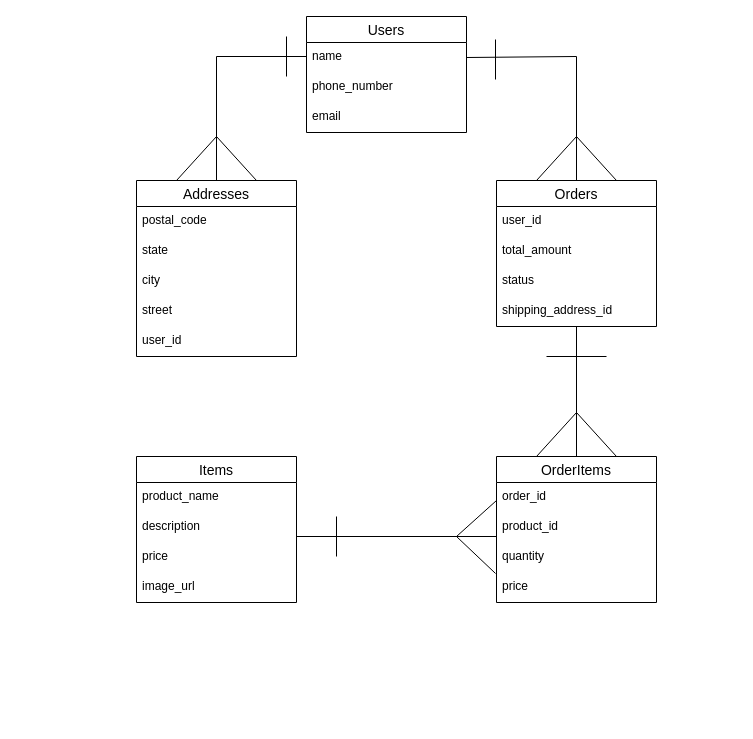
Above: mallowER.dio in yuuukikiki/bagel_mallow (draw.io), before the change. Source tidied: cells renumbered, new cells numbered last; positions are measured from the earlier drawing's top-left corner, leaving out a move shared by most shapes. Both pictures are drawn from the tidied source at 100%, with x=0, y=0 at pixel (136, 16).
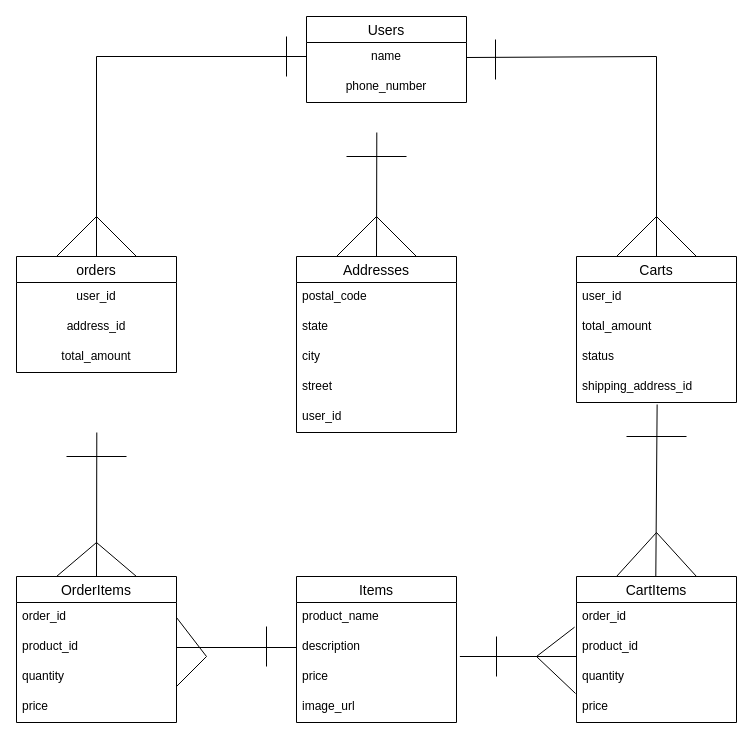
After the change.

The change refers to these unchanged cells:
```xml
<mxCell id="8" value="description" style="text;strokeColor=none;fillColor=none;spacingLeft=4;spacingRight=4;overflow=hidden;points=[[0,0.5],[1,0.5]];portConstraint=eastwest;fontSize=12;" parent="6" vertex="1">
  <mxGeometry y="56" width="160" height="30" as="geometry" />
</mxCell>
<mxCell id="21" value="shipping_address_id" style="text;strokeColor=none;fillColor=none;spacingLeft=4;spacingRight=4;overflow=hidden;points=[[0,0.5],[1,0.5]];portConstraint=eastwest;fontSize=12;" parent="17" vertex="1">
  <mxGeometry y="116" width="160" height="30" as="geometry" />
</mxCell>
<mxCell id="23" value="order_id" style="text;strokeColor=none;fillColor=none;spacingLeft=4;spacingRight=4;overflow=hidden;points=[[0,0.5],[1,0.5]];portConstraint=eastwest;fontSize=12;" parent="22" vertex="1">
  <mxGeometry y="26" width="160" height="30" as="geometry" />
</mxCell>
<mxCell id="24" value="product_id" style="text;strokeColor=none;fillColor=none;spacingLeft=4;spacingRight=4;overflow=hidden;points=[[0,0.5],[1,0.5]];portConstraint=eastwest;fontSize=12;" parent="22" vertex="1">
  <mxGeometry y="56" width="160" height="30" as="geometry" />
</mxCell>
<mxCell id="25" value="quantity" style="text;strokeColor=none;fillColor=none;spacingLeft=4;spacingRight=4;overflow=hidden;points=[[0,0.5],[1,0.5]];portConstraint=eastwest;fontSize=12;" parent="22" vertex="1">
  <mxGeometry y="86" width="160" height="30" as="geometry" />
</mxCell>
```

The edit, as a diff of the source:
```diff
@@
     <mxCell id="2" value="Users" style="swimlane;fontStyle=0;horizontal=1;startSize=26;align=center;fontSize=14;" parent="1" vertex="1">
-      <mxGeometry x="170" width="160" height="116" as="geometry" />
+      <mxGeometry x="170" width="160" height="86" as="geometry" />
     </mxCell>
-    <mxCell id="3" value="name" style="text;strokeColor=none;fillColor=none;spacingLeft=4;spacingRight=4;overflow=hidden;points=[[0,0.5],[1,0.5]];portConstraint=eastwest;fontSize=12;" parent="2" vertex="1">
+    <mxCell id="3" value="name" style="text;strokeColor=none;fillColor=none;spacingLeft=4;spacingRight=4;overflow=hidden;points=[[0,0.5],[1,0.5]];portConstraint=eastwest;fontSize=12;align=center;" parent="2" vertex="1">
       <mxGeometry y="26" width="160" height="30" as="geometry" />
     </mxCell>
-    <mxCell id="4" value="phone_number" style="text;strokeColor=none;fillColor=none;spacingLeft=4;spacingRight=4;overflow=hidden;fontSize=12;" parent="2" vertex="1">
+    <mxCell id="4" value="phone_number" style="text;strokeColor=none;fillColor=none;spacingLeft=4;spacingRight=4;overflow=hidden;fontSize=12;align=center;" parent="2" vertex="1">
       <mxGeometry y="56" width="160" height="30" as="geometry" />
     </mxCell>
-    <mxCell id="5" value="email" style="text;strokeColor=none;fillColor=none;spacingLeft=4;spacingRight=4;overflow=hidden;fontSize=12;" parent="2" vertex="1">
-      <mxGeometry y="86" width="160" height="30" as="geometry" />
-    </mxCell>
     <mxCell id="6" value="Items" style="swimlane;fontStyle=0;horizontal=1;startSize=26;align=center;fontSize=14;" parent="1" vertex="1">
-      <mxGeometry y="440" width="160" height="146" as="geometry" />
+      <mxGeometry x="160" y="560" width="160" height="146" as="geometry" />
     </mxCell>
@@
-    <mxCell id="11" value="Addresses" style="swimlane;fontStyle=0;horizontal=1;startSize=26;align=center;fontSize=14;" parent="1" vertex="1">
-      <mxGeometry y="164" width="160" height="176" as="geometry" />
+    <mxCell id="11" value="orders" style="swimlane;fontStyle=0;horizontal=1;startSize=26;align=center;fontSize=14;" parent="1" vertex="1">
+      <mxGeometry x="-120" y="240" width="160" height="116" as="geometry" />
     </mxCell>
-    <mxCell id="12" value="postal_code" style="text;strokeColor=none;fillColor=none;spacingLeft=4;spacingRight=4;overflow=hidden;fontSize=12;" parent="11" vertex="1">
+    <mxCell id="12" value="user_id" style="text;strokeColor=none;fillColor=none;spacingLeft=4;spacingRight=4;overflow=hidden;fontSize=12;align=center;" parent="11" vertex="1">
       <mxGeometry y="26" width="160" height="30" as="geometry" />
     </mxCell>
-    <mxCell id="13" value="state" style="text;strokeColor=none;fillColor=none;spacingLeft=4;spacingRight=4;overflow=hidden;fontSize=12;" parent="11" vertex="1">
+    <mxCell id="13" value="address_id" style="text;strokeColor=none;fillColor=none;spacingLeft=4;spacingRight=4;overflow=hidden;fontSize=12;align=center;" parent="11" vertex="1">
       <mxGeometry y="56" width="160" height="30" as="geometry" />
     </mxCell>
-    <mxCell id="14" value="city" style="text;strokeColor=none;fillColor=none;spacingLeft=4;spacingRight=4;overflow=hidden;fontSize=12;" parent="11" vertex="1">
+    <mxCell id="14" value="total_amount" style="text;strokeColor=none;fillColor=none;spacingLeft=4;spacingRight=4;overflow=hidden;fontSize=12;align=center;" parent="11" vertex="1">
       <mxGeometry y="86" width="160" height="30" as="geometry" />
     </mxCell>
-    <mxCell id="15" value="street" style="text;strokeColor=none;fillColor=none;spacingLeft=4;spacingRight=4;overflow=hidden;fontSize=12;" parent="11" vertex="1">
-      <mxGeometry y="116" width="160" height="30" as="geometry" />
-    </mxCell>
-    <mxCell id="16" value="user_id" style="text;strokeColor=none;fillColor=none;spacingLeft=4;spacingRight=4;overflow=hidden;fontSize=12;" parent="11" vertex="1">
-      <mxGeometry y="146" width="160" height="30" as="geometry" />
-    </mxCell>
-    <mxCell id="17" value="Orders" style="swimlane;fontStyle=0;horizontal=1;startSize=26;align=center;fontSize=14;" parent="1" vertex="1">
-      <mxGeometry x="360" y="164" width="160" height="146" as="geometry" />
+    <mxCell id="17" value="Carts" style="swimlane;fontStyle=0;horizontal=1;startSize=26;align=center;fontSize=14;" parent="1" vertex="1">
+      <mxGeometry x="440" y="240" width="160" height="146" as="geometry" />
     </mxCell>
@@
-    <mxCell id="22" value="OrderItems" style="swimlane;fontStyle=0;horizontal=1;startSize=26;align=center;fontSize=14;" parent="1" vertex="1">
-      <mxGeometry x="360" y="440" width="160" height="146" as="geometry" />
+    <mxCell id="22" value="CartItems" style="swimlane;fontStyle=0;horizontal=1;startSize=26;align=center;fontSize=14;" parent="1" vertex="1">
+      <mxGeometry x="440" y="560" width="160" height="146" as="geometry" />
     </mxCell>
@@
+    <mxCell id="37" style="endArrow=none;html=1;rounded=0;strokeWidth=1;entryX=-0.012;entryY=0.822;entryDx=0;entryDy=0;exitX=-0.006;exitY=1.033;exitDx=0;exitDy=0;exitPerimeter=0;entryPerimeter=0;" parent="22" edge="1" source="25" target="23">
+      <mxGeometry relative="1" as="geometry">
+        <Array as="points">
+          <mxPoint x="-40" y="80" />
+        </Array>
+      </mxGeometry>
+    </mxCell>
     <mxCell id="27" style="endArrow=none;html=1;rounded=0;exitX=0.5;exitY=0;exitDx=0;exitDy=0;startArrow=none;startFill=0;endFill=0;" parent="1" edge="1" source="11">
       <mxGeometry relative="1" as="geometry">
         <mxPoint x="170" y="40" as="targetPoint" />
         <Array as="points">
-          <mxPoint x="80" y="40" />
+          <mxPoint x="-40" y="40" />
         </Array>
       </mxGeometry>
     </mxCell>
@@
     <mxCell id="29" style="endArrow=none;html=1;rounded=0;strokeWidth=1;entryX=0.75;entryY=0;entryDx=0;entryDy=0;exitX=0.25;exitY=0;exitDx=0;exitDy=0;" parent="1" edge="1" source="11" target="11">
       <mxGeometry relative="1" as="geometry">
         <Array as="points">
-          <mxPoint x="80" y="120" />
+          <mxPoint x="-40" y="200" />
         </Array>
       </mxGeometry>
     </mxCell>
     <mxCell id="30" style="endArrow=none;html=1;rounded=0;exitX=1;exitY=0.5;exitDx=0;exitDy=0;startArrow=none;startFill=0;endFill=0;entryX=0.5;entryY=0;entryDx=0;entryDy=0;" parent="1" edge="1" source="3" target="17">
       <mxGeometry relative="1" as="geometry">
         <Array as="points">
-          <mxPoint x="440" y="40" />
+          <mxPoint x="520" y="40" />
         </Array>
       </mxGeometry>
     </mxCell>
@@
-    <mxCell id="32" style="endArrow=none;html=1;rounded=0;strokeWidth=1;entryX=0.75;entryY=0;entryDx=0;entryDy=0;exitX=0.25;exitY=0;exitDx=0;exitDy=0;" parent="1" edge="1">
+    <mxCell id="32" style="endArrow=none;html=1;rounded=0;strokeWidth=1;exitX=0.25;exitY=0;exitDx=0;exitDy=0;entryX=0.75;entryY=0;entryDx=0;entryDy=0;" parent="1" edge="1" source="17" target="17">
       <mxGeometry relative="1" as="geometry">
-        <mxPoint x="400" y="164" as="sourcePoint" />
-        <mxPoint x="480" y="164" as="targetPoint" />
         <Array as="points">
-          <mxPoint x="440" y="120" />
+          <mxPoint x="520" y="200" />
         </Array>
       </mxGeometry>
     </mxCell>
-    <mxCell id="33" style="endArrow=none;html=1;rounded=0;startArrow=none;startFill=0;endFill=0;entryX=0.5;entryY=0;entryDx=0;entryDy=0;" parent="1" edge="1">
+    <mxCell id="33" style="endArrow=none;html=1;rounded=0;startArrow=none;startFill=0;endFill=0;entryX=0.5;entryY=0;entryDx=0;entryDy=0;exitX=0.504;exitY=1.067;exitDx=0;exitDy=0;exitPerimeter=0;" parent="1" edge="1" source="21">
       <mxGeometry relative="1" as="geometry">
-        <mxPoint x="440" y="310" as="sourcePoint" />
-        <mxPoint x="440" y="440" as="targetPoint" />
+        <mxPoint x="519.3" y="560" as="targetPoint" />
       </mxGeometry>
     </mxCell>
     <mxCell id="34" style="endArrow=none;html=1;rounded=0;strokeWidth=1;entryX=0.75;entryY=0;entryDx=0;entryDy=0;exitX=0.25;exitY=0;exitDx=0;exitDy=0;" parent="1" edge="1">
       <mxGeometry relative="1" as="geometry">
-        <mxPoint x="400" y="440" as="sourcePoint" />
-        <mxPoint x="480" y="440" as="targetPoint" />
+        <mxPoint x="480" y="560" as="sourcePoint" />
+        <mxPoint x="560" y="560" as="targetPoint" />
         <Array as="points">
-          <mxPoint x="440" y="396" />
+          <mxPoint x="520" y="516" />
         </Array>
       </mxGeometry>
     </mxCell>
     <mxCell id="35" style="endArrow=none;html=1;rounded=0;strokeWidth=1;" parent="1" edge="1">
       <mxGeometry relative="1" as="geometry">
-        <mxPoint x="470" y="340" as="sourcePoint" />
-        <mxPoint x="410" y="340" as="targetPoint" />
+        <mxPoint x="550" y="420" as="sourcePoint" />
+        <mxPoint x="490" y="420" as="targetPoint" />
       </mxGeometry>
     </mxCell>
-    <mxCell id="36" style="endArrow=none;html=1;rounded=0;startArrow=none;startFill=0;endFill=0;entryX=0;entryY=0.8;entryDx=0;entryDy=0;entryPerimeter=0;" parent="1" edge="1" target="24">
-      <mxGeometry relative="1" as="geometry">
-        <mxPoint x="160" y="520" as="sourcePoint" />
-      </mxGeometry>
+    <mxCell id="36" style="endArrow=none;html=1;rounded=0;startArrow=none;startFill=0;endFill=0;entryX=0;entryY=0.8;entryDx=0;entryDy=0;entryPerimeter=0;exitX=1.021;exitY=0.8;exitDx=0;exitDy=0;exitPerimeter=0;" parent="1" edge="1" source="8" target="24">
+      <mxGeometry relative="1" as="geometry" />
     </mxCell>
-    <mxCell id="37" style="endArrow=none;html=1;rounded=0;strokeWidth=1;entryX=0.75;entryY=0;entryDx=0;entryDy=0;exitX=-0.006;exitY=1.033;exitDx=0;exitDy=0;exitPerimeter=0;" parent="1" edge="1" source="25">
-      <mxGeometry relative="1" as="geometry">
-        <mxPoint x="360" y="484" as="targetPoint" />
-        <Array as="points">
-          <mxPoint x="320" y="520" />
-        </Array>
-      </mxGeometry>
-    </mxCell>
     <mxCell id="38" style="endArrow=none;html=1;rounded=0;strokeWidth=1;" parent="1" edge="1">
       <mxGeometry relative="1" as="geometry">
-        <mxPoint x="200" y="540" as="sourcePoint" />
-        <mxPoint x="200" y="500" as="targetPoint" />
+        <mxPoint x="360" y="620" as="sourcePoint" />
+        <mxPoint x="360" y="660" as="targetPoint" />
       </mxGeometry>
     </mxCell>
+    <mxCell id="39" value="Addresses" style="swimlane;fontStyle=0;horizontal=1;startSize=26;align=center;fontSize=14;" parent="1" vertex="1">
+      <mxGeometry x="160" y="240" width="160" height="176" as="geometry" />
+    </mxCell>
+    <mxCell id="40" value="postal_code" style="text;strokeColor=none;fillColor=none;spacingLeft=4;spacingRight=4;overflow=hidden;fontSize=12;" parent="39" vertex="1">
+      <mxGeometry y="26" width="160" height="30" as="geometry" />
+    </mxCell>
+    <mxCell id="41" value="state" style="text;strokeColor=none;fillColor=none;spacingLeft=4;spacingRight=4;overflow=hidden;fontSize=12;" parent="39" vertex="1">
+      <mxGeometry y="56" width="160" height="30" as="geometry" />
+    </mxCell>
+    <mxCell id="42" value="city" style="text;strokeColor=none;fillColor=none;spacingLeft=4;spacingRight=4;overflow=hidden;fontSize=12;" parent="39" vertex="1">
+      <mxGeometry y="86" width="160" height="30" as="geometry" />
+    </mxCell>
+    <mxCell id="15" value="street" style="text;strokeColor=none;fillColor=none;spacingLeft=4;spacingRight=4;overflow=hidden;fontSize=12;" parent="39" vertex="1">
+      <mxGeometry y="116" width="160" height="30" as="geometry" />
+    </mxCell>
+    <mxCell id="16" value="user_id" style="text;strokeColor=none;fillColor=none;spacingLeft=4;spacingRight=4;overflow=hidden;fontSize=12;" parent="39" vertex="1">
+      <mxGeometry y="146" width="160" height="30" as="geometry" />
+    </mxCell>
+    <mxCell id="43" value="OrderItems" style="swimlane;fontStyle=0;horizontal=1;startSize=26;align=center;fontSize=14;" parent="1" vertex="1">
+      <mxGeometry x="-120" y="560" width="160" height="146" as="geometry" />
+    </mxCell>
+    <mxCell id="44" value="order_id" style="text;strokeColor=none;fillColor=none;spacingLeft=4;spacingRight=4;overflow=hidden;points=[[0,0.5],[1,0.5]];portConstraint=eastwest;fontSize=12;" parent="43" vertex="1">
+      <mxGeometry y="26" width="160" height="30" as="geometry" />
+    </mxCell>
+    <mxCell id="45" value="product_id" style="text;strokeColor=none;fillColor=none;spacingLeft=4;spacingRight=4;overflow=hidden;points=[[0,0.5],[1,0.5]];portConstraint=eastwest;fontSize=12;" parent="43" vertex="1">
+      <mxGeometry y="56" width="160" height="30" as="geometry" />
+    </mxCell>
+    <mxCell id="46" value="quantity" style="text;strokeColor=none;fillColor=none;spacingLeft=4;spacingRight=4;overflow=hidden;fontSize=12;" parent="43" vertex="1">
+      <mxGeometry y="86" width="160" height="30" as="geometry" />
+    </mxCell>
+    <mxCell id="47" value="price" style="text;strokeColor=none;fillColor=none;spacingLeft=4;spacingRight=4;overflow=hidden;fontSize=12;" parent="43" vertex="1">
+      <mxGeometry y="116" width="160" height="30" as="geometry" />
+    </mxCell>
+    <mxCell id="48" style="endArrow=none;html=1;rounded=0;strokeWidth=1;exitX=1;exitY=0.5;exitDx=0;exitDy=0;" parent="43" edge="1" source="44">
+      <mxGeometry relative="1" as="geometry">
+        <mxPoint x="160" y="110" as="targetPoint" />
+        <Array as="points">
+          <mxPoint x="190" y="80" />
+        </Array>
+      </mxGeometry>
+    </mxCell>
+    <mxCell id="49" style="endArrow=none;html=1;rounded=0;startArrow=none;startFill=0;endFill=0;exitX=0.504;exitY=1.067;exitDx=0;exitDy=0;exitPerimeter=0;entryX=0.5;entryY=0;entryDx=0;entryDy=0;" parent="1" edge="1" target="39">
+      <mxGeometry relative="1" as="geometry">
+        <mxPoint x="240.3" y="116" as="sourcePoint" />
+      </mxGeometry>
+    </mxCell>
+    <mxCell id="50" style="endArrow=none;html=1;rounded=0;strokeWidth=1;exitX=0.25;exitY=0;exitDx=0;exitDy=0;entryX=0.75;entryY=0;entryDx=0;entryDy=0;" parent="1" edge="1" source="39" target="39">
+      <mxGeometry relative="1" as="geometry">
+        <Array as="points">
+          <mxPoint x="240" y="200" />
+        </Array>
+      </mxGeometry>
+    </mxCell>
+    <mxCell id="51" style="endArrow=none;html=1;rounded=0;strokeWidth=1;" parent="1" edge="1">
+      <mxGeometry relative="1" as="geometry">
+        <mxPoint x="270" y="140" as="sourcePoint" />
+        <mxPoint x="210" y="140" as="targetPoint" />
+      </mxGeometry>
+    </mxCell>
+    <mxCell id="52" style="endArrow=none;html=1;rounded=0;startArrow=none;startFill=0;endFill=0;entryX=1;entryY=0.5;entryDx=0;entryDy=0;exitX=0;exitY=0.5;exitDx=0;exitDy=0;" parent="1" edge="1" source="8" target="45">
+      <mxGeometry relative="1" as="geometry" />
+    </mxCell>
+    <mxCell id="53" style="endArrow=none;html=1;rounded=0;startArrow=none;startFill=0;endFill=0;exitX=0.504;exitY=1.067;exitDx=0;exitDy=0;exitPerimeter=0;entryX=0.5;entryY=0;entryDx=0;entryDy=0;" parent="1" edge="1" target="43">
+      <mxGeometry relative="1" as="geometry">
+        <mxPoint x="-39.7" y="416" as="sourcePoint" />
+      </mxGeometry>
+    </mxCell>
+    <mxCell id="54" style="endArrow=none;html=1;rounded=0;strokeWidth=1;entryX=0.75;entryY=0;entryDx=0;entryDy=0;exitX=0.25;exitY=0;exitDx=0;exitDy=0;" parent="1" edge="1" source="43" target="43">
+      <mxGeometry relative="1" as="geometry">
+        <Array as="points">
+          <mxPoint x="-40" y="526" />
+        </Array>
+      </mxGeometry>
+    </mxCell>
+    <mxCell id="55" style="endArrow=none;html=1;rounded=0;strokeWidth=1;" parent="1" edge="1">
+      <mxGeometry relative="1" as="geometry">
+        <mxPoint x="130" y="610" as="sourcePoint" />
+        <mxPoint x="130" y="650" as="targetPoint" />
+      </mxGeometry>
+    </mxCell>
+    <mxCell id="56" style="endArrow=none;html=1;rounded=0;strokeWidth=1;" parent="1" edge="1">
+      <mxGeometry relative="1" as="geometry">
+        <mxPoint x="-70" y="440" as="sourcePoint" />
+        <mxPoint x="-10" y="440" as="targetPoint" />
+      </mxGeometry>
+    </mxCell>
```
